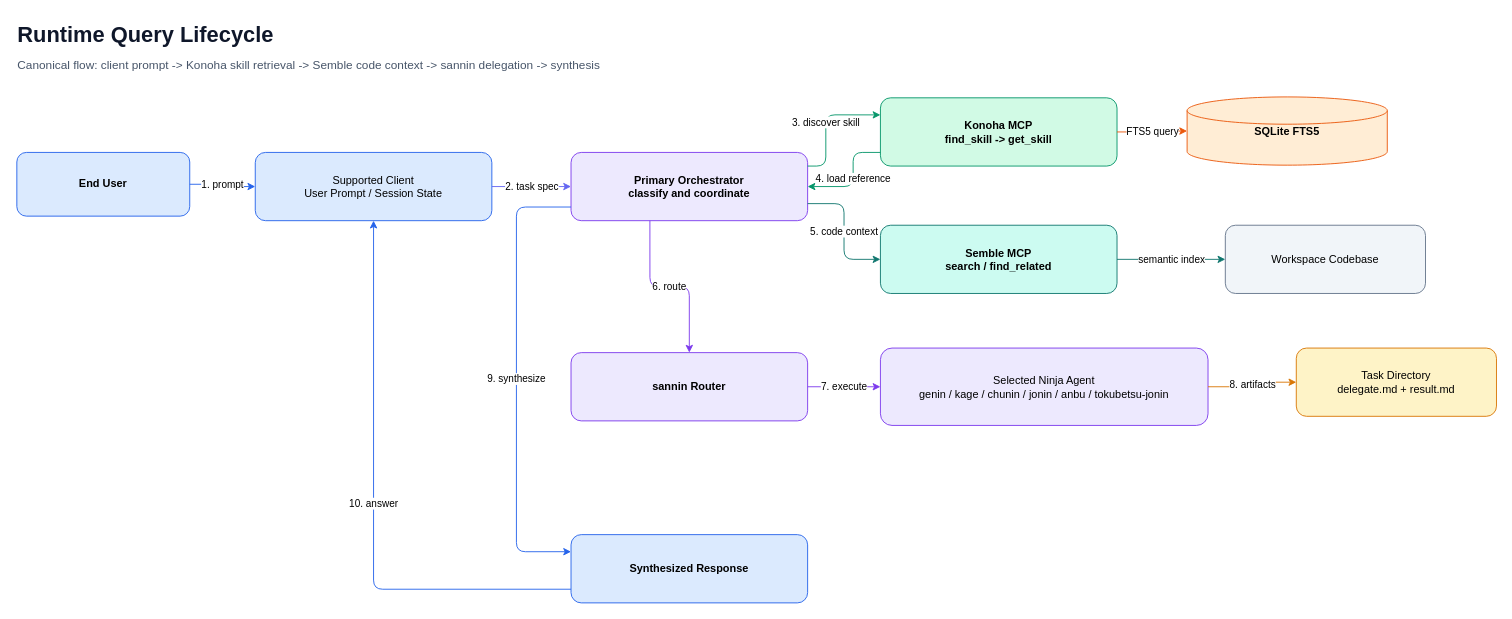
Above: page "02 Runtime Query Lifecycle" (2 of 15) of docs/diagrams/konoha-architecture.drawio in andycungkrinx91/konoha (draw.io), before the change. Source tidied: cells renumbered, new cells numbered last; positions are measured from the earlier drawing's top-left corner, leaving out a move shared by most shapes. Both pictures are drawn from the tidied source at 91%, with x=0, y=0 at pixel (15, 15).
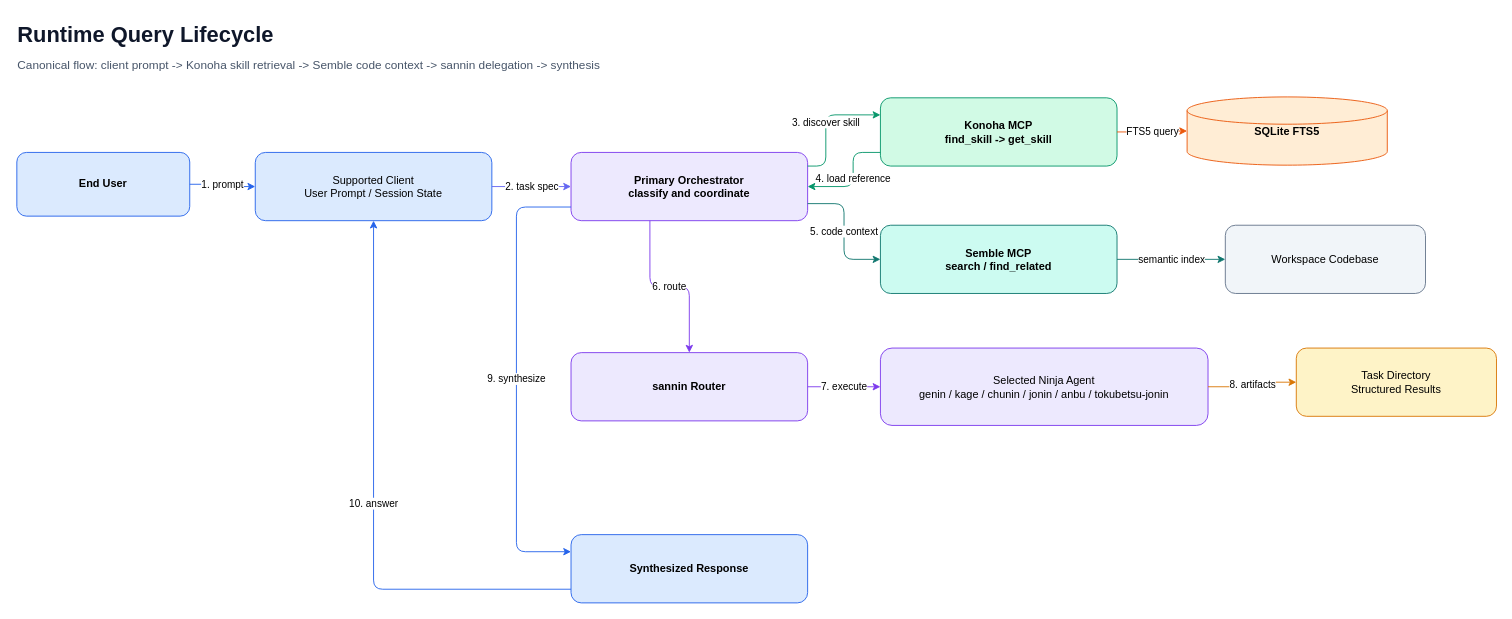
The same page after the edit.

Diff of the diagram source:
```diff
@@
-    <mxCell id="13" value="Task Directory&#10;delegate.md + result.md" style="rounded=1;html=1;whiteSpace=wrap;fillColor=#fef3c7;strokeColor=#d97706;overflow=visible;" parent="1" vertex="1">
+    <mxCell id="13" value="Task Directory&#10;Structured Results" style="rounded=1;html=1;whiteSpace=wrap;fillColor=#fef3c7;strokeColor=#d97706;overflow=visible;" parent="1" vertex="1">
       <mxGeometry x="1407" y="365" width="220" height="75" as="geometry" />
     </mxCell>
```
